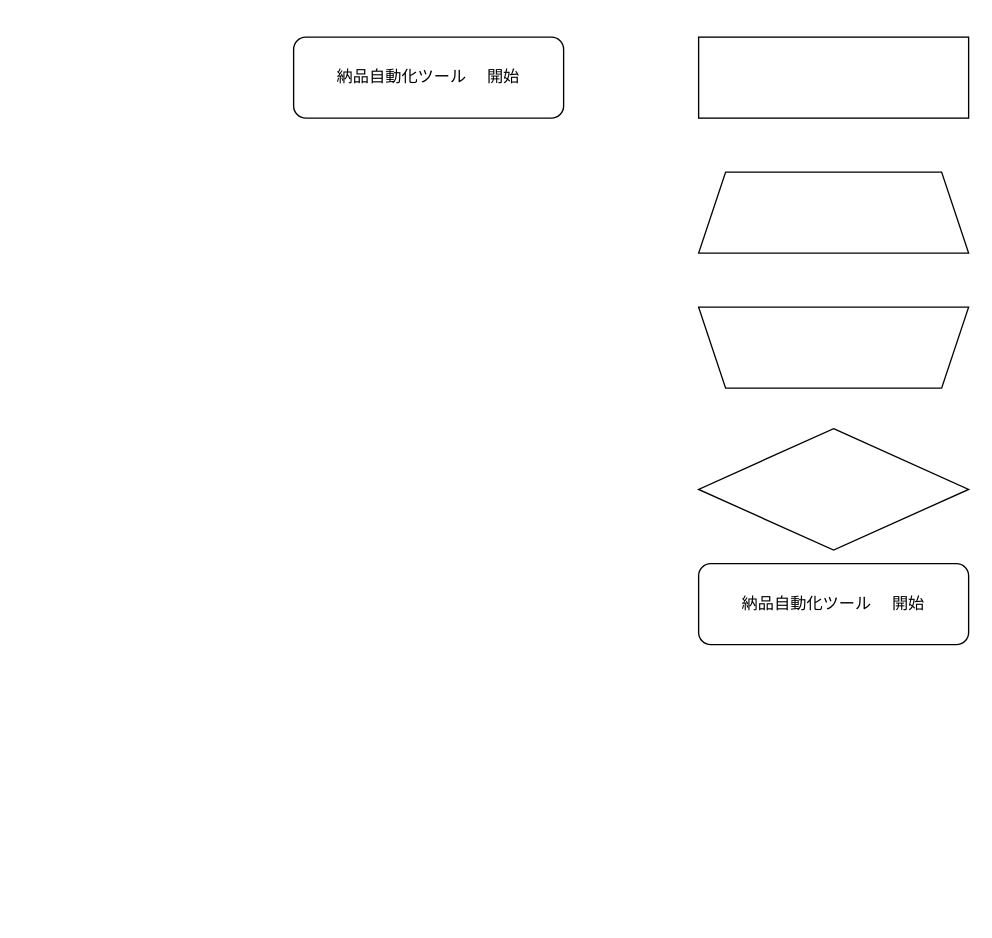
Before: フロー図.dio in ConniConni/delivery_automation_tool, a draw.io diagram. Source tidied: cells renumbered, new cells numbered last; positions are measured from the earlier drawing's top-left corner, leaving out a move shared by most shapes. Both pictures are drawn from the tidied source at 135%, with x=0, y=0 at pixel (293, 36).
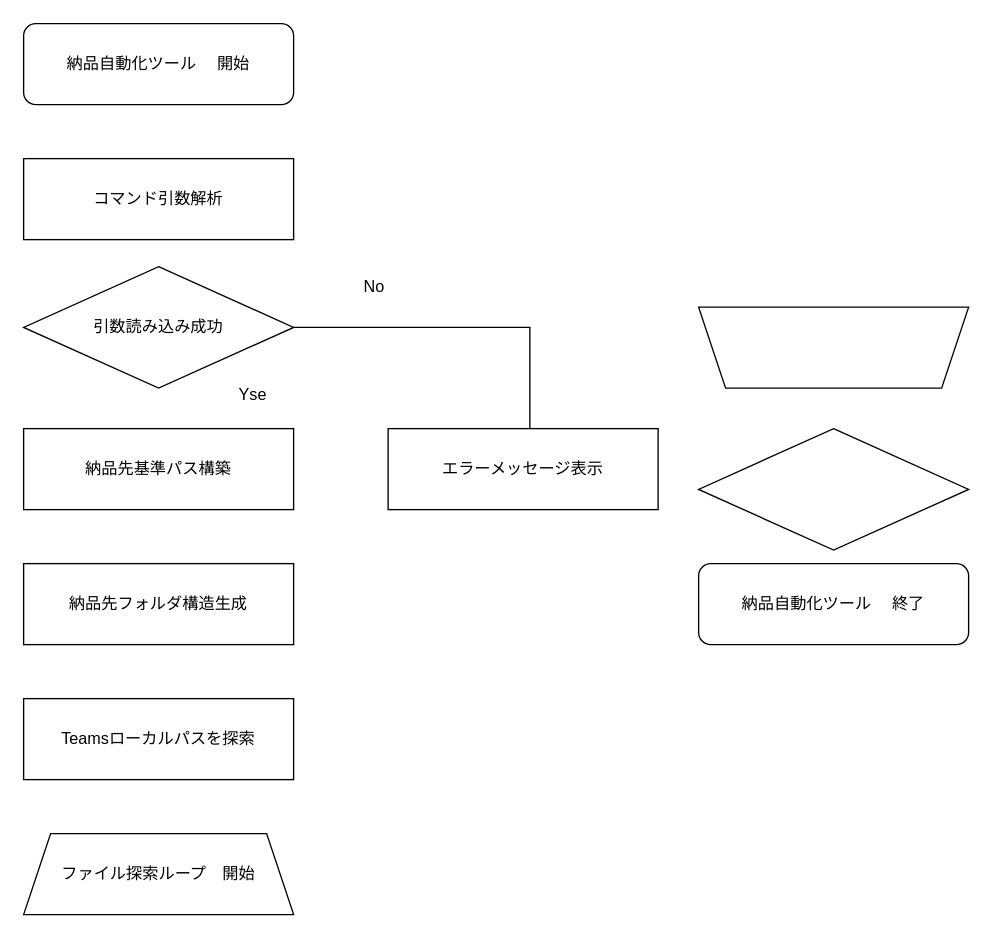
The same diagram, later.

Commit message:
フロー図作成

The edit, as a diff of the source:
```diff
@@
 <mxGraphModel>
   <root>
     <mxCell id="0" />
     <mxCell id="1" parent="0" />
     <mxCell id="2" value="納品自動化ツール　 開始" style="rounded=1;whiteSpace=wrap;html=1;" parent="1" vertex="1">
-      <mxGeometry width="200" height="60" as="geometry" />
+      <mxGeometry x="-200" y="-10" width="200" height="60" as="geometry" />
     </mxCell>
-    <mxCell id="3" style="rounded=0;whiteSpace=wrap;html=1;" parent="1" vertex="1">
-      <mxGeometry x="300" width="200" height="60" as="geometry" />
+    <mxCell id="3" value="納品先基準パス構築" style="rounded=0;whiteSpace=wrap;html=1;" parent="1" vertex="1">
+      <mxGeometry x="-200" y="290" width="200" height="60" as="geometry" />
     </mxCell>
-    <mxCell id="4" style="shape=trapezoid;perimeter=trapezoidPerimeter;whiteSpace=wrap;html=1;fixedSize=1;" parent="1" vertex="1">
-      <mxGeometry x="300" y="100" width="200" height="60" as="geometry" />
+    <mxCell id="4" value="ファイル探索ループ　開始" style="shape=trapezoid;perimeter=trapezoidPerimeter;whiteSpace=wrap;html=1;fixedSize=1;" parent="1" vertex="1">
+      <mxGeometry x="-200" y="590" width="200" height="60" as="geometry" />
     </mxCell>
     <mxCell id="5" style="shape=trapezoid;perimeter=trapezoidPerimeter;whiteSpace=wrap;html=1;fixedSize=1;rotation=-180;" parent="1" vertex="1">
       <mxGeometry x="300" y="200" width="200" height="60" as="geometry" />
     </mxCell>
     <mxCell id="6" style="rhombus;whiteSpace=wrap;html=1;" parent="1" vertex="1">
       <mxGeometry x="300" y="290" width="200" height="90" as="geometry" />
     </mxCell>
-    <mxCell id="7" value="納品自動化ツール　 開始" style="rounded=1;whiteSpace=wrap;html=1;" parent="1" vertex="1">
+    <mxCell id="7" value="納品自動化ツール　 終了" style="rounded=1;whiteSpace=wrap;html=1;" parent="1" vertex="1">
       <mxGeometry x="300" y="390" width="200" height="60" as="geometry" />
     </mxCell>
+    <mxCell id="8" value="コマンド引数解析" style="rounded=0;whiteSpace=wrap;html=1;" parent="1" vertex="1">
+      <mxGeometry x="-200" y="90" width="200" height="60" as="geometry" />
+    </mxCell>
+    <mxCell id="9" style="shape=partialRectangle;whiteSpace=wrap;html=1;bottom=0;right=0;fillColor=none;rotation=90;" parent="1" vertex="1">
+      <mxGeometry x="50" y="165" width="75" height="175" as="geometry" />
+    </mxCell>
+    <mxCell id="10" value="エラーメッセージ表示" style="rounded=0;whiteSpace=wrap;html=1;" parent="1" vertex="1">
+      <mxGeometry x="70" y="290" width="200" height="60" as="geometry" />
+    </mxCell>
+    <mxCell id="11" value="Yse" style="text;html=1;align=center;verticalAlign=middle;whiteSpace=wrap;rounded=0;" parent="1" vertex="1">
+      <mxGeometry x="-60" y="250" width="60" height="30" as="geometry" />
+    </mxCell>
+    <mxCell id="12" value="引数読み込み成功" style="rhombus;whiteSpace=wrap;html=1;" parent="1" vertex="1">
+      <mxGeometry x="-200" y="170" width="200" height="90" as="geometry" />
+    </mxCell>
+    <mxCell id="13" value="No" style="text;html=1;align=center;verticalAlign=middle;whiteSpace=wrap;rounded=0;" parent="1" vertex="1">
+      <mxGeometry x="30" y="170" width="60" height="30" as="geometry" />
+    </mxCell>
+    <mxCell id="14" value="納品先フォルダ構造生成" style="rounded=0;whiteSpace=wrap;html=1;" parent="1" vertex="1">
+      <mxGeometry x="-200" y="390" width="200" height="60" as="geometry" />
+    </mxCell>
+    <mxCell id="15" value="Teamsローカルパスを探索" style="rounded=0;whiteSpace=wrap;html=1;" parent="1" vertex="1">
+      <mxGeometry x="-200" y="490" width="200" height="60" as="geometry" />
+    </mxCell>
   </root>
 </mxGraphModel>
```
